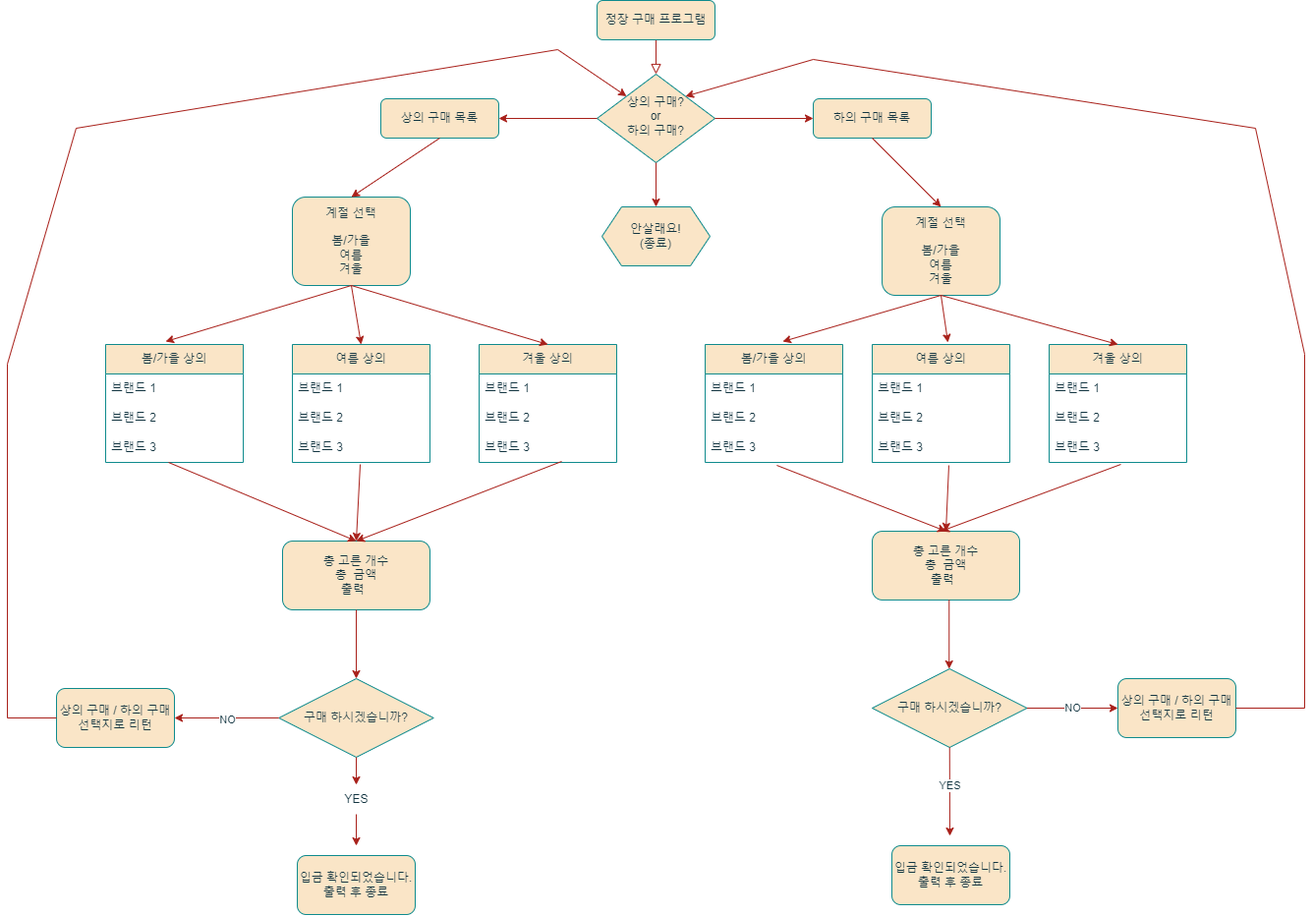
SangHa000/TEAMPROJECT1 keeps this draw.io diagram as 정장 프로그램 순서도.drawio.png. Above is the earlier version. Source tidied: cells renumbered, new cells last; positions are measured from the earlier drawing's top-left corner, leaving out a move shared by most shapes.
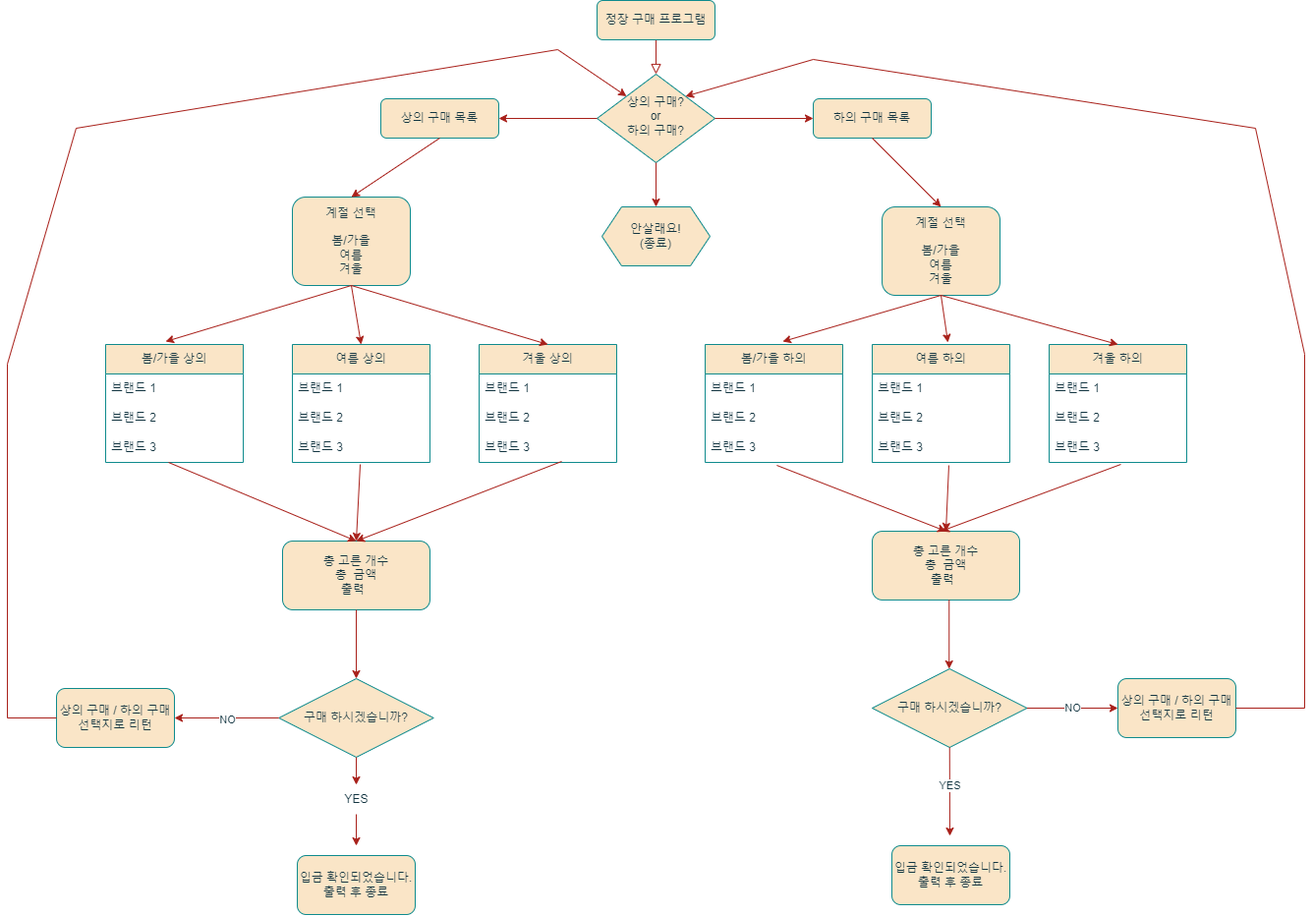
The same file after the commit.

Commit message:
정장 프로그램 순서도.drawio.png 업데이트

What changed in the source:
```diff
@@ -80,7 +80,7 @@
     <mxCell id="27" style="endArrow=classic;html=1;rounded=0;exitX=0.5;exitY=1;exitDx=0;exitDy=0;entryX=0.5;entryY=0;entryDx=0;entryDy=0;labelBackgroundColor=none;strokeColor=#A8201A;fontColor=default;" parent="1" edge="1" source="13" target="21">
       <mxGeometry relative="1" as="geometry" />
     </mxCell>
-    <mxCell id="28" value="봄/가을 상의" style="swimlane;fontStyle=0;horizontal=1;startSize=30;whiteSpace=wrap;html=1;labelBackgroundColor=none;fillColor=#FAE5C7;strokeColor=#0F8B8D;fontColor=#143642;" parent="1" vertex="1">
+    <mxCell id="28" value="봄/가을 하의" style="swimlane;fontStyle=0;horizontal=1;startSize=30;whiteSpace=wrap;html=1;labelBackgroundColor=none;fillColor=#FAE5C7;strokeColor=#0F8B8D;fontColor=#143642;" parent="1" vertex="1">
       <mxGeometry x="710" y="350" width="140" height="120" as="geometry" />
     </mxCell>
     <mxCell id="29" value="브랜드 1" style="text;strokeColor=none;fillColor=none;align=left;verticalAlign=middle;spacingLeft=4;spacingRight=4;overflow=hidden;whiteSpace=wrap;html=1;labelBackgroundColor=none;fontColor=#143642;" parent="28" vertex="1">
@@ -92,7 +92,7 @@
     <mxCell id="31" value="브랜드 3" style="text;strokeColor=none;fillColor=none;align=left;verticalAlign=middle;spacingLeft=4;spacingRight=4;overflow=hidden;points=[[0,0.5],[1,0.5]];portConstraint=eastwest;whiteSpace=wrap;html=1;labelBackgroundColor=none;fontColor=#143642;" parent="28" vertex="1">
       <mxGeometry y="90" width="140" height="30" as="geometry" />
     </mxCell>
-    <mxCell id="32" value="여름 상의" style="swimlane;fontStyle=0;horizontal=1;startSize=30;whiteSpace=wrap;html=1;labelBackgroundColor=none;fillColor=#FAE5C7;strokeColor=#0F8B8D;fontColor=#143642;" parent="1" vertex="1">
+    <mxCell id="32" value="여름 하의" style="swimlane;fontStyle=0;horizontal=1;startSize=30;whiteSpace=wrap;html=1;labelBackgroundColor=none;fillColor=#FAE5C7;strokeColor=#0F8B8D;fontColor=#143642;" parent="1" vertex="1">
       <mxGeometry x="880" y="350" width="140" height="120" as="geometry" />
     </mxCell>
     <mxCell id="33" value="브랜드 1" style="text;strokeColor=none;fillColor=none;align=left;verticalAlign=middle;spacingLeft=4;spacingRight=4;overflow=hidden;whiteSpace=wrap;html=1;labelBackgroundColor=none;fontColor=#143642;" parent="32" vertex="1">
@@ -104,7 +104,7 @@
     <mxCell id="35" value="브랜드 3" style="text;strokeColor=none;fillColor=none;align=left;verticalAlign=middle;spacingLeft=4;spacingRight=4;overflow=hidden;points=[[0,0.5],[1,0.5]];portConstraint=eastwest;whiteSpace=wrap;html=1;labelBackgroundColor=none;fontColor=#143642;" parent="32" vertex="1">
       <mxGeometry y="90" width="140" height="30" as="geometry" />
     </mxCell>
-    <mxCell id="36" value="겨울 상의" style="swimlane;fontStyle=0;horizontal=1;startSize=30;whiteSpace=wrap;html=1;labelBackgroundColor=none;fillColor=#FAE5C7;strokeColor=#0F8B8D;fontColor=#143642;" parent="1" vertex="1">
+    <mxCell id="36" value="겨울 하의" style="swimlane;fontStyle=0;horizontal=1;startSize=30;whiteSpace=wrap;html=1;labelBackgroundColor=none;fillColor=#FAE5C7;strokeColor=#0F8B8D;fontColor=#143642;" parent="1" vertex="1">
       <mxGeometry x="1060" y="350" width="140" height="120" as="geometry" />
     </mxCell>
     <mxCell id="37" value="브랜드 1" style="text;strokeColor=none;fillColor=none;align=left;verticalAlign=middle;spacingLeft=4;spacingRight=4;overflow=hidden;whiteSpace=wrap;html=1;labelBackgroundColor=none;fontColor=#143642;" parent="36" vertex="1">
```
